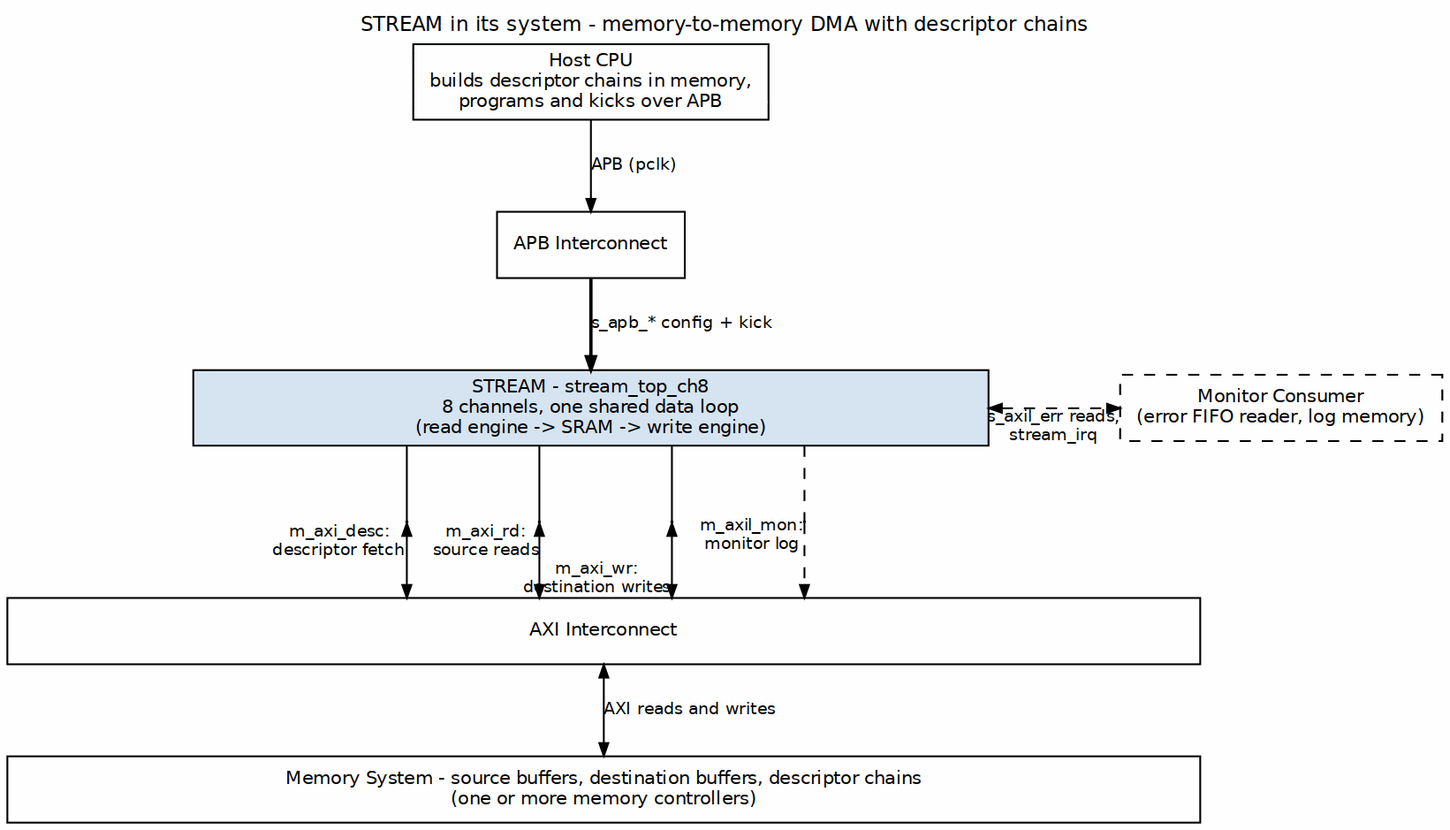
Above: projects/components/dma-ip/stream/docs/stream_has/assets/graphviz/ch02_system_context.png in sean-galloway/RTLDesignSherpa (Graphviz), before the change. Its source is kept beside it as projects/components/dma-ip/stream/docs/stream_has/assets/graphviz/ch02_system_context.dot. Source of this version:
```dot
digraph stream_system_context {
    graph [rankdir=TB, bgcolor="white", fontname="Helvetica", fontsize=11,
           nodesep="0.50", ranksep="0.55", splines=ortho,
           label="STREAM in its system - memory-to-memory DMA with descriptor chains", labelloc=t, labeljust=c];
    node  [fontname="Helvetica", fontsize=10, shape=box, style=filled,
           fillcolor="#D6E4F0", color="black", margin="0.12,0.06"];
    edge  [fontname="Helvetica", fontsize=9, color="black", arrowsize=0.7];
    cpu    [label="Host CPU\nbuilds descriptor chains in memory,\nprograms and kicks over APB", fillcolor="white"];
    apbic  [label="APB Interconnect", fillcolor="white"];
    stream [label="STREAM - stream_top_ch8\n8 channels, one shared data loop\n(read engine -> SRAM -> write engine)", width=6.0];
    mon    [label="Monitor Consumer\n(error FIFO reader, log memory)", fillcolor="white", style="filled,dashed"];
    xbar   [label="AXI Interconnect", fillcolor="white", width=9.0];
    mem    [label="Memory System - source buffers, destination buffers, descriptor chains\n(one or more memory controllers)", fillcolor="white", width=9.0];

    cpu -> apbic [label="APB (pclk)"];
    apbic -> stream [label="s_apb_* config + kick", penwidth=1.8];
    stream -> mon [style=dashed, dir=both, xlabel="s_axil_err reads,\nstream_irq"];
    p_d [shape=point, width=0.01]; p_r [shape=point, width=0.01]; p_w [shape=point, width=0.01]; p_m [shape=point, width=0.01];
    { rank=same; p_d; p_r; p_w; p_m; }
    p_d -> p_r -> p_w -> p_m [style=invis];
    stream -> p_d [arrowhead=none]; p_d -> xbar [dir=both, xlabel="m_axi_desc:\ndescriptor fetch"];
    stream -> p_r [arrowhead=none]; p_r -> xbar [dir=both, xlabel="m_axi_rd:\nsource reads"];
    stream -> p_w [arrowhead=none]; p_w -> xbar [dir=both, xlabel="m_axi_wr:\ndestination writes"];
    stream -> p_m [arrowhead=none, style=dashed]; p_m -> xbar [style=dashed, xlabel="m_axil_mon:\nmonitor log"];
    xbar -> mem [dir=both, label="AXI reads and writes"];
    { rank=same; stream; mon; }
}
```
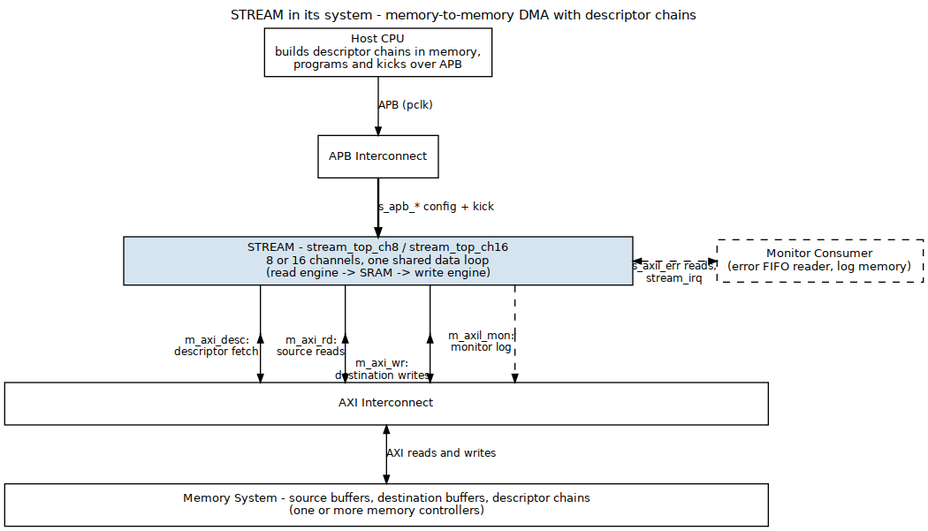
The same file after the commit.

Diff of the diagram source:
```diff
@@ -7,7 +7,7 @@
     edge  [fontname="Helvetica", fontsize=9, color="black", arrowsize=0.7];
     cpu    [label="Host CPU\nbuilds descriptor chains in memory,\nprograms and kicks over APB", fillcolor="white"];
     apbic  [label="APB Interconnect", fillcolor="white"];
-    stream [label="STREAM - stream_top_ch8\n8 channels, one shared data loop\n(read engine -> SRAM -> write engine)", width=6.0];
+    stream [label="STREAM - stream_top_ch8 / stream_top_ch16\n8 or 16 channels, one shared data loop\n(read engine -> SRAM -> write engine)", width=6.0];
     mon    [label="Monitor Consumer\n(error FIFO reader, log memory)", fillcolor="white", style="filled,dashed"];
     xbar   [label="AXI Interconnect", fillcolor="white", width=9.0];
     mem    [label="Memory System - source buffers, destination buffers, descriptor chains\n(one or more memory controllers)", fillcolor="white", width=9.0];
```
